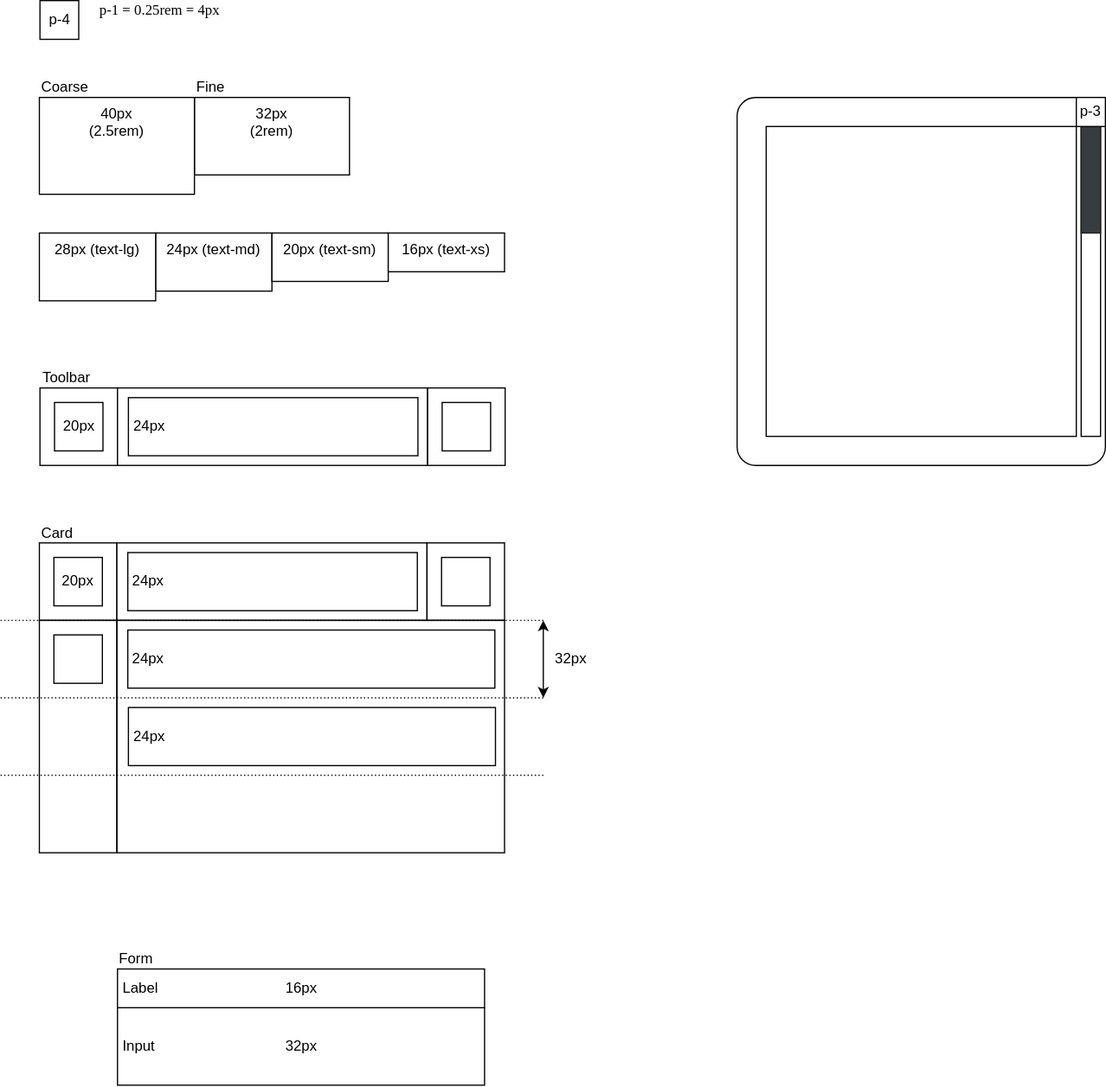
Before: packages/ui/ui-theme/src/docs/layout.drawio.svg, a diagram exported from draw.io (dxos/dxos). Source tidied: cells renumbered, new cells last; positions are measured from the earlier drawing's top-left corner, leaving out a move shared by most shapes. Its diagram source:
```xml
<mxGraphModel>
  <root>
    <mxCell id="0" />
    <mxCell id="1" parent="0" />
    <mxCell id="2" value="32px&lt;br&gt;(2rem)" style="rounded=0;whiteSpace=wrap;html=1;verticalAlign=top;" parent="1" vertex="1">
      <mxGeometry x="160" y="80" width="128" height="64" as="geometry" />
    </mxCell>
    <mxCell id="3" value="40px&lt;br&gt;(2.5rem)" style="rounded=0;whiteSpace=wrap;html=1;verticalAlign=top;" parent="1" vertex="1">
      <mxGeometry x="32" y="80" width="128" height="80" as="geometry" />
    </mxCell>
    <mxCell id="4" style="rounded=0;whiteSpace=wrap;html=1;" parent="1" vertex="1">
      <mxGeometry x="32" y="448" width="64" height="64" as="geometry" />
    </mxCell>
    <mxCell id="5" style="rounded=0;whiteSpace=wrap;html=1;" parent="1" vertex="1">
      <mxGeometry x="96" y="448" width="256" height="64" as="geometry" />
    </mxCell>
    <mxCell id="6" style="rounded=0;whiteSpace=wrap;html=1;" parent="1" vertex="1">
      <mxGeometry x="352" y="448" width="64" height="64" as="geometry" />
    </mxCell>
    <mxCell id="7" style="rounded=0;whiteSpace=wrap;html=1;" parent="1" vertex="1">
      <mxGeometry x="364" y="460" width="40" height="40" as="geometry" />
    </mxCell>
    <mxCell id="8" value="Coarse" style="rounded=0;whiteSpace=wrap;html=1;fillColor=none;strokeColor=none;align=left;" parent="1" vertex="1">
      <mxGeometry x="32" y="64" width="120" height="16" as="geometry" />
    </mxCell>
    <mxCell id="9" value="Card" style="rounded=0;whiteSpace=wrap;html=1;fillColor=none;strokeColor=none;align=left;" parent="1" vertex="1">
      <mxGeometry x="32" y="432" width="120" height="16" as="geometry" />
    </mxCell>
    <mxCell id="10" value="Fine" style="rounded=0;whiteSpace=wrap;html=1;fillColor=none;strokeColor=none;align=left;" parent="1" vertex="1">
      <mxGeometry x="160" y="64" width="120" height="16" as="geometry" />
    </mxCell>
    <mxCell id="11" style="rounded=0;whiteSpace=wrap;html=1;fillColor=none;" parent="1" vertex="1">
      <mxGeometry x="96" y="512" width="320" height="192" as="geometry" />
    </mxCell>
    <mxCell id="12" style="rounded=0;whiteSpace=wrap;html=1;" parent="1" vertex="1">
      <mxGeometry x="44" y="524" width="40" height="40" as="geometry" />
    </mxCell>
    <mxCell id="13" value="24px" style="rounded=0;whiteSpace=wrap;html=1;align=left;spacingLeft=2;" parent="1" vertex="1">
      <mxGeometry x="105" y="520" width="303" height="48" as="geometry" />
    </mxCell>
    <mxCell id="14" style="endArrow=none;dashed=1;html=1;strokeWidth=1;dashPattern=1 2;" parent="1" edge="1">
      <mxGeometry relative="1" as="geometry">
        <mxPoint x="448" y="576" as="sourcePoint" />
        <mxPoint y="576" as="targetPoint" />
      </mxGeometry>
    </mxCell>
    <mxCell id="15" value="24px" style="rounded=0;whiteSpace=wrap;html=1;align=left;spacingLeft=2;" parent="1" vertex="1">
      <mxGeometry x="105" y="456" width="239" height="48" as="geometry" />
    </mxCell>
    <mxCell id="16" value="20px" style="rounded=0;whiteSpace=wrap;html=1;" parent="1" vertex="1">
      <mxGeometry x="44" y="460" width="40" height="40" as="geometry" />
    </mxCell>
    <mxCell id="17" style="rounded=0;whiteSpace=wrap;html=1;" parent="1" vertex="1">
      <mxGeometry x="32.5" y="320" width="64" height="64" as="geometry" />
    </mxCell>
    <mxCell id="18" style="rounded=0;whiteSpace=wrap;html=1;" parent="1" vertex="1">
      <mxGeometry x="96.5" y="320" width="256" height="64" as="geometry" />
    </mxCell>
    <mxCell id="19" style="rounded=0;whiteSpace=wrap;html=1;" parent="1" vertex="1">
      <mxGeometry x="352.5" y="320" width="64" height="64" as="geometry" />
    </mxCell>
    <mxCell id="20" style="rounded=0;whiteSpace=wrap;html=1;" parent="1" vertex="1">
      <mxGeometry x="364.5" y="332" width="40" height="40" as="geometry" />
    </mxCell>
    <mxCell id="21" value="Toolbar" style="rounded=0;whiteSpace=wrap;html=1;fillColor=none;strokeColor=none;align=left;" parent="1" vertex="1">
      <mxGeometry x="32.5" y="304" width="120" height="16" as="geometry" />
    </mxCell>
    <mxCell id="22" value="24px" style="rounded=0;whiteSpace=wrap;html=1;align=left;spacingLeft=2;" parent="1" vertex="1">
      <mxGeometry x="105.5" y="328" width="239" height="48" as="geometry" />
    </mxCell>
    <mxCell id="23" value="20px" style="rounded=0;whiteSpace=wrap;html=1;" parent="1" vertex="1">
      <mxGeometry x="44.5" y="332" width="40" height="40" as="geometry" />
    </mxCell>
    <mxCell id="24" style="endArrow=none;dashed=1;html=1;strokeWidth=1;dashPattern=1 2;" parent="1" edge="1">
      <mxGeometry relative="1" as="geometry">
        <mxPoint x="448" y="512" as="sourcePoint" />
        <mxPoint y="512" as="targetPoint" />
      </mxGeometry>
    </mxCell>
    <mxCell id="25" style="rounded=0;whiteSpace=wrap;html=1;fillColor=none;" parent="1" vertex="1">
      <mxGeometry x="32" y="512" width="64" height="192" as="geometry" />
    </mxCell>
    <mxCell id="26" style="endArrow=classic;startArrow=classic;html=1;strokeWidth=1;" parent="1" edge="1">
      <mxGeometry relative="1" as="geometry">
        <mxPoint x="448" y="576" as="sourcePoint" />
        <mxPoint x="448" y="512" as="targetPoint" />
      </mxGeometry>
    </mxCell>
    <mxCell id="27" value="32px" style="rounded=0;whiteSpace=wrap;html=1;fillColor=none;strokeColor=none;align=left;" parent="1" vertex="1">
      <mxGeometry x="456" y="536" width="56" height="16" as="geometry" />
    </mxCell>
    <mxCell id="28" value="24px" style="rounded=0;whiteSpace=wrap;html=1;align=left;spacingLeft=2;" parent="1" vertex="1">
      <mxGeometry x="105.5" y="584" width="303" height="48" as="geometry" />
    </mxCell>
    <mxCell id="29" style="endArrow=none;dashed=1;html=1;strokeWidth=1;dashPattern=1 2;" parent="1" edge="1">
      <mxGeometry relative="1" as="geometry">
        <mxPoint x="448" y="640" as="sourcePoint" />
        <mxPoint y="640" as="targetPoint" />
      </mxGeometry>
    </mxCell>
    <mxCell id="30" value="32px" style="rounded=0;whiteSpace=wrap;html=1;" parent="1" vertex="1">
      <mxGeometry x="96.5" y="832" width="303" height="64" as="geometry" />
    </mxCell>
    <mxCell id="31" value="16px" style="rounded=0;whiteSpace=wrap;html=1;" parent="1" vertex="1">
      <mxGeometry x="96.5" y="800" width="303" height="32" as="geometry" />
    </mxCell>
    <mxCell id="32" value="Form" style="rounded=0;whiteSpace=wrap;html=1;fillColor=none;strokeColor=none;align=left;" parent="1" vertex="1">
      <mxGeometry x="96" y="784" width="120" height="16" as="geometry" />
    </mxCell>
    <mxCell id="33" value="Label" style="rounded=0;whiteSpace=wrap;html=1;fillColor=none;strokeColor=none;align=left;spacingLeft=2;" parent="1" vertex="1">
      <mxGeometry x="96.5" y="808" width="120" height="16" as="geometry" />
    </mxCell>
    <mxCell id="34" value="Input" style="rounded=0;whiteSpace=wrap;html=1;fillColor=none;strokeColor=none;align=left;spacingLeft=2;" parent="1" vertex="1">
      <mxGeometry x="96.5" y="856" width="120" height="16" as="geometry" />
    </mxCell>
    <mxCell id="35" style="rounded=1;whiteSpace=wrap;html=1;fillColor=none;arcSize=5;" parent="1" vertex="1">
      <mxGeometry x="608" y="80" width="304" height="304" as="geometry" />
    </mxCell>
    <mxCell id="36" style="rounded=0;whiteSpace=wrap;html=1;fillColor=none;" parent="1" vertex="1">
      <mxGeometry x="632" y="104" width="256" height="256" as="geometry" />
    </mxCell>
    <mxCell id="37" value="p-1 = 0.25rem = 4px" style="rounded=0;whiteSpace=wrap;html=1;fillColor=none;strokeColor=none;align=left;fontFamily=Space Grotesk;" parent="1" vertex="1">
      <mxGeometry x="80" width="128" height="16" as="geometry" />
    </mxCell>
    <mxCell id="38" value="p-4" style="rounded=0;whiteSpace=wrap;html=1;fontSize=12;" parent="1" vertex="1">
      <mxGeometry x="32.5" width="32" height="32" as="geometry" />
    </mxCell>
    <mxCell id="39" style="rounded=0;whiteSpace=wrap;html=1;" parent="1" vertex="1">
      <mxGeometry x="892" y="104" width="16" height="256" as="geometry" />
    </mxCell>
    <mxCell id="40" style="rounded=0;whiteSpace=wrap;html=1;fillColor=#393C3E;fontColor=#FFFFFF;strokeColor=#1E1F20;" parent="1" vertex="1">
      <mxGeometry x="892" y="104" width="16" height="88" as="geometry" />
    </mxCell>
    <mxCell id="41" value="24px (text-md)" style="rounded=0;whiteSpace=wrap;html=1;verticalAlign=top;" parent="1" vertex="1">
      <mxGeometry x="128" y="192" width="96" height="48" as="geometry" />
    </mxCell>
    <mxCell id="42" value="28px (text-lg)" style="rounded=0;whiteSpace=wrap;html=1;verticalAlign=top;" parent="1" vertex="1">
      <mxGeometry x="32" y="192" width="96" height="56" as="geometry" />
    </mxCell>
    <mxCell id="43" value="20px (text-sm)" style="rounded=0;whiteSpace=wrap;html=1;verticalAlign=top;" parent="1" vertex="1">
      <mxGeometry x="224" y="192" width="96" height="40" as="geometry" />
    </mxCell>
    <mxCell id="44" value="16px (text-xs)" style="rounded=0;whiteSpace=wrap;html=1;verticalAlign=top;" parent="1" vertex="1">
      <mxGeometry x="320" y="192" width="96" height="32" as="geometry" />
    </mxCell>
    <mxCell id="45" value="p-3" style="rounded=0;whiteSpace=wrap;html=1;" parent="1" vertex="1">
      <mxGeometry x="888" y="80" width="24" height="24" as="geometry" />
    </mxCell>
  </root>
</mxGraphModel>
```
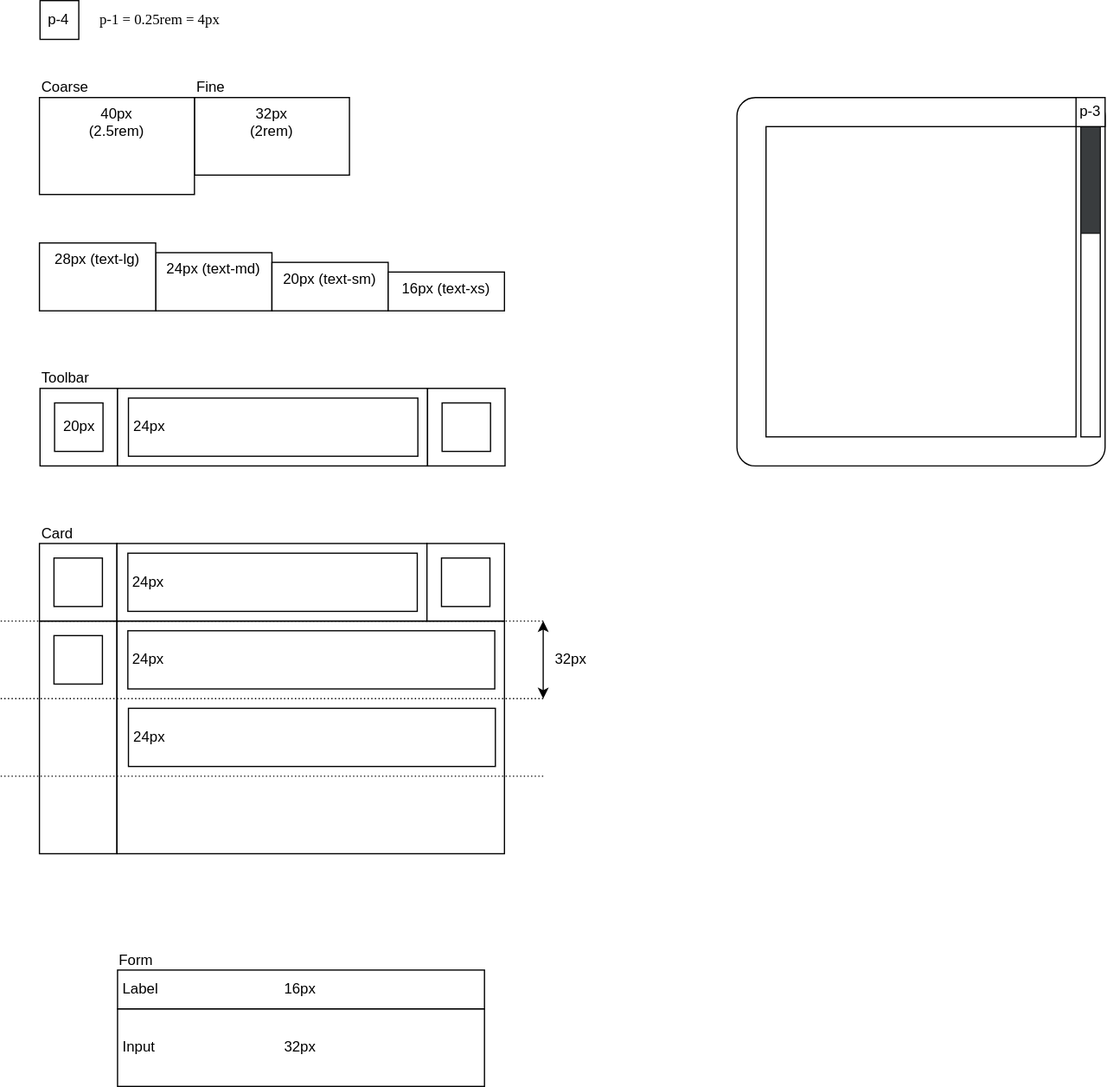
Later version of the same file.

Commit message:
refactor: Wrap main layout components in a fixed container, add a Kanban TODO, and update a layout diagram.

The edit, as a diff of the source:
```diff
@@ -47,7 +47,7 @@
     <mxCell id="15" value="24px" style="rounded=0;whiteSpace=wrap;html=1;align=left;spacingLeft=2;" parent="1" vertex="1">
       <mxGeometry x="105" y="456" width="239" height="48" as="geometry" />
     </mxCell>
-    <mxCell id="16" value="20px" style="rounded=0;whiteSpace=wrap;html=1;" parent="1" vertex="1">
+    <mxCell id="16" style="rounded=0;whiteSpace=wrap;html=1;" parent="1" vertex="1">
       <mxGeometry x="44" y="460" width="40" height="40" as="geometry" />
     </mxCell>
     <mxCell id="17" style="rounded=0;whiteSpace=wrap;html=1;" parent="1" vertex="1">
@@ -120,7 +120,7 @@
       <mxGeometry x="632" y="104" width="256" height="256" as="geometry" />
     </mxCell>
     <mxCell id="37" value="p-1 = 0.25rem = 4px" style="rounded=0;whiteSpace=wrap;html=1;fillColor=none;strokeColor=none;align=left;fontFamily=Space Grotesk;" parent="1" vertex="1">
-      <mxGeometry x="80" width="128" height="16" as="geometry" />
+      <mxGeometry x="80" y="8" width="128" height="16" as="geometry" />
     </mxCell>
     <mxCell id="38" value="p-4" style="rounded=0;whiteSpace=wrap;html=1;fontSize=12;" parent="1" vertex="1">
       <mxGeometry x="32.5" width="32" height="32" as="geometry" />
@@ -132,16 +132,16 @@
       <mxGeometry x="892" y="104" width="16" height="88" as="geometry" />
     </mxCell>
     <mxCell id="41" value="24px (text-md)" style="rounded=0;whiteSpace=wrap;html=1;verticalAlign=top;" parent="1" vertex="1">
-      <mxGeometry x="128" y="192" width="96" height="48" as="geometry" />
+      <mxGeometry x="128" y="208" width="96" height="48" as="geometry" />
     </mxCell>
     <mxCell id="42" value="28px (text-lg)" style="rounded=0;whiteSpace=wrap;html=1;verticalAlign=top;" parent="1" vertex="1">
-      <mxGeometry x="32" y="192" width="96" height="56" as="geometry" />
+      <mxGeometry x="32" y="200" width="96" height="56" as="geometry" />
     </mxCell>
     <mxCell id="43" value="20px (text-sm)" style="rounded=0;whiteSpace=wrap;html=1;verticalAlign=top;" parent="1" vertex="1">
-      <mxGeometry x="224" y="192" width="96" height="40" as="geometry" />
+      <mxGeometry x="224" y="216" width="96" height="40" as="geometry" />
     </mxCell>
     <mxCell id="44" value="16px (text-xs)" style="rounded=0;whiteSpace=wrap;html=1;verticalAlign=top;" parent="1" vertex="1">
-      <mxGeometry x="320" y="192" width="96" height="32" as="geometry" />
+      <mxGeometry x="320" y="224" width="96" height="32" as="geometry" />
     </mxCell>
     <mxCell id="45" value="p-3" style="rounded=0;whiteSpace=wrap;html=1;" parent="1" vertex="1">
       <mxGeometry x="888" y="80" width="24" height="24" as="geometry" />
```
